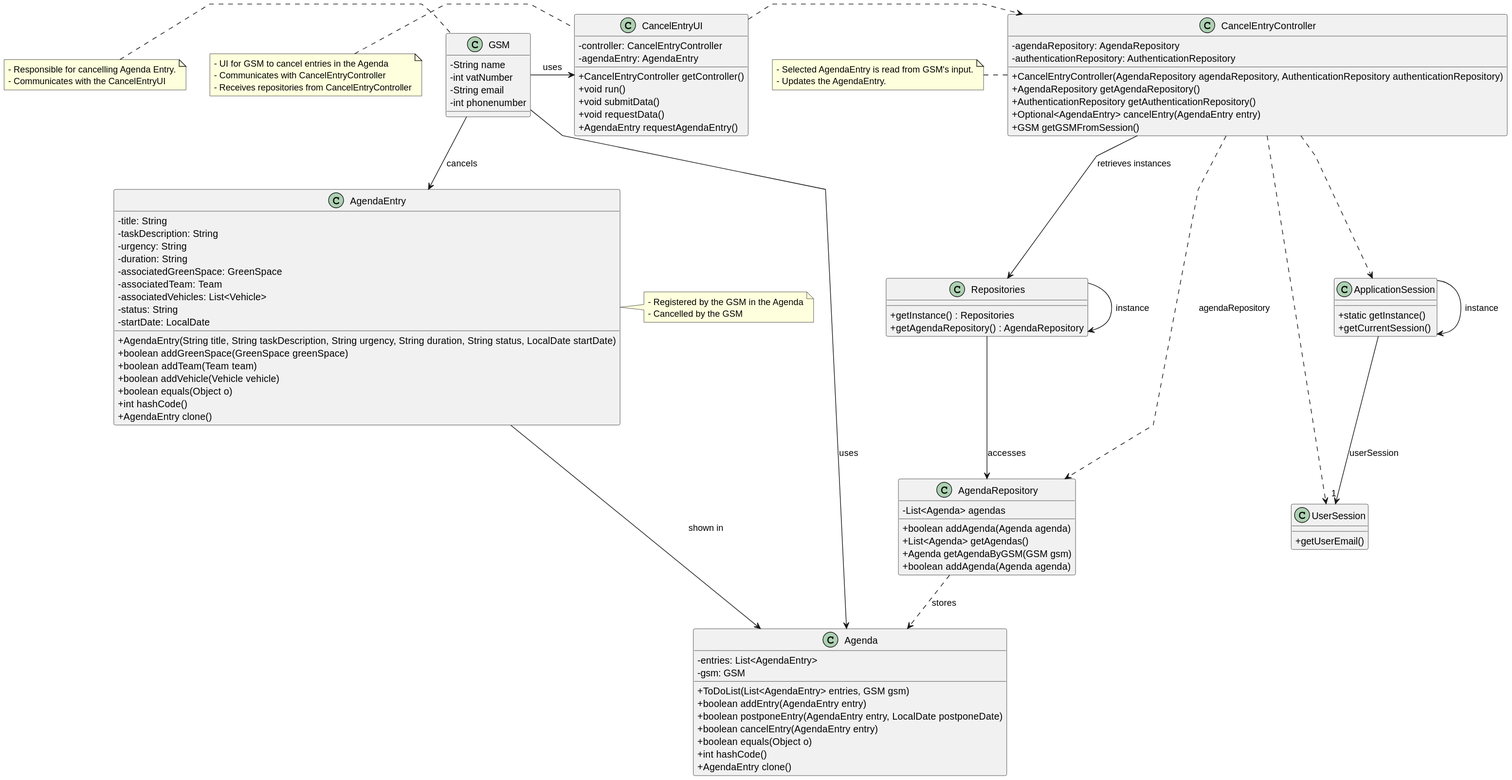
This is docs/sprint3/us025/03.design/svg/us025-class-diagram.svg from tiagosoa/lei-24-s2-1dgh-g073, a PlantUML export, as it was before one commit.
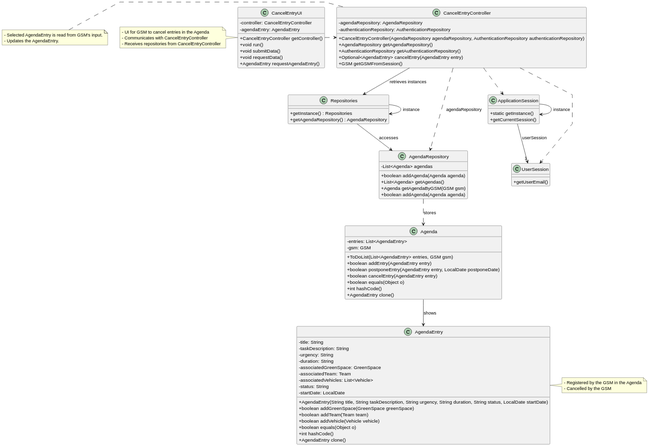
Above is the later version.

The edit, as a diff of the source:
```diff
@@ -80,21 +80,9 @@
   + GSM getGSMFromSession()
 }
 
-class GSM {
-   - String name
-   - int vatNumber
-   - String email
-   - int phonenumber
-}
-
 note left of CancelEntryController
   - Selected AgendaEntry is read from GSM's input.
   - Updates the AgendaEntry.
-end note
-
-note left of GSM
- - Responsible for cancelling Agenda Entry.
- - Communicates with the CancelEntryUI
 end note
 
 note left of CancelEntryUI
@@ -108,10 +96,7 @@
  - Cancelled by the GSM
 end note
 
-GSM --> AgendaEntry: cancels
-GSM --> Agenda: uses
-AgendaEntry --> Agenda: shown in
-GSM -> CancelEntryUI: uses
+Agenda --> AgendaEntry: shows
 
 Repositories -> Repositories : instance
 ApplicationSession -> ApplicationSession : instance
```
